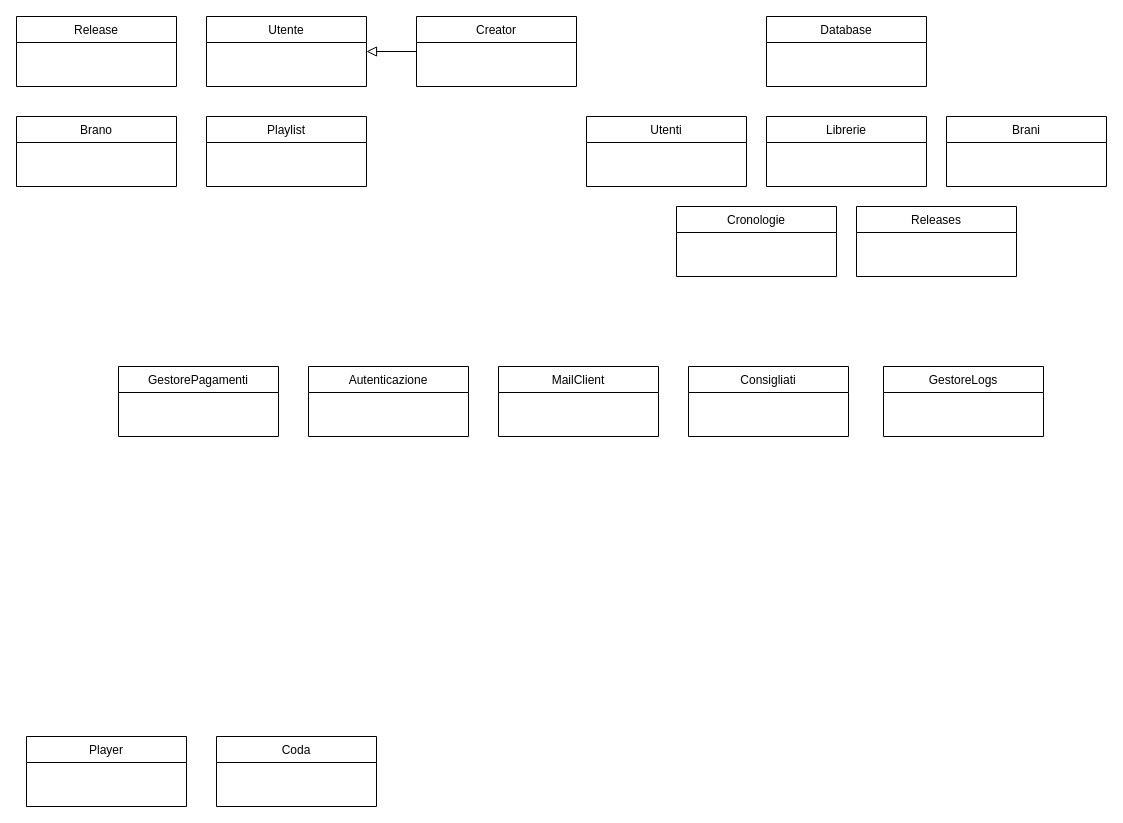
Before: Altri diagrammi/Class Diagram.drawio in web-music-player/docs, a draw.io diagram. Source tidied: cells renumbered, new cells numbered last; positions are measured from the earlier drawing's top-left corner, leaving out a move shared by most shapes. Both pictures are drawn from the tidied source at 100%, with x=0, y=0 at pixel (16, 16).
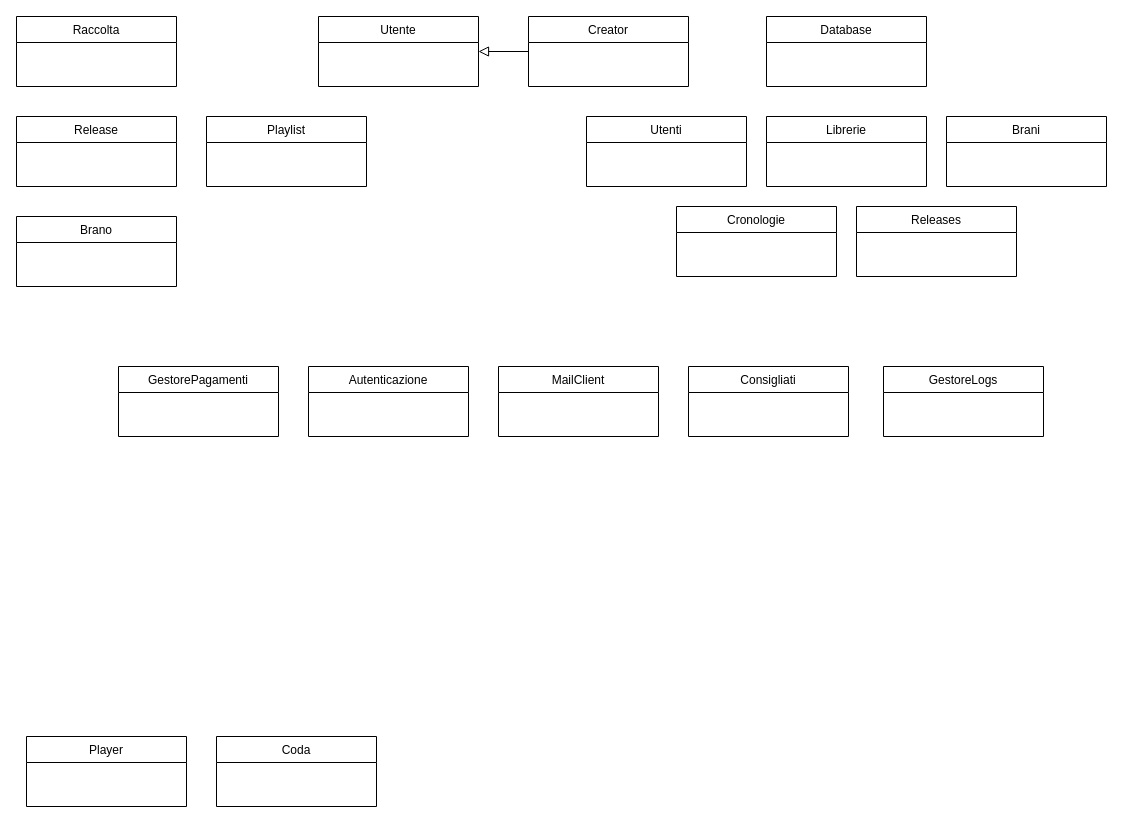
Above is the later version.

Commit message:
Aggiunta Raccolta

What changed in the source:
```diff
@@
     <mxCell id="2" value="Utente" style="swimlane;fontStyle=0;align=center;verticalAlign=top;horizontal=1;startSize=26;rounded=0;shadow=0;strokeWidth=1;" parent="1" vertex="1">
-      <mxGeometry x="190" width="160" height="70" as="geometry" />
+      <mxGeometry x="302" width="160" height="70" as="geometry" />
     </mxCell>
     <mxCell id="3" value="Brano" style="swimlane;fontStyle=0;align=center;verticalAlign=top;horizontal=1;startSize=26;rounded=0;shadow=0;strokeWidth=1;" parent="1" vertex="1">
-      <mxGeometry y="100" width="160" height="70" as="geometry" />
+      <mxGeometry y="200" width="160" height="70" as="geometry" />
     </mxCell>
     <mxCell id="4" value="Release" style="swimlane;fontStyle=0;align=center;verticalAlign=top;horizontal=1;startSize=26;rounded=0;shadow=0;strokeWidth=1;" parent="1" vertex="1">
-      <mxGeometry width="160" height="70" as="geometry" />
+      <mxGeometry y="100" width="160" height="70" as="geometry" />
     </mxCell>
@@
     <mxCell id="7" value="Creator" style="swimlane;fontStyle=0;align=center;verticalAlign=top;horizontal=1;startSize=26;rounded=0;shadow=0;strokeWidth=1;" parent="1" vertex="1">
-      <mxGeometry x="400" width="160" height="70" as="geometry" />
+      <mxGeometry x="512" width="160" height="70" as="geometry" />
     </mxCell>
@@
+    <mxCell id="21" value="Raccolta" style="swimlane;fontStyle=0;align=center;verticalAlign=top;horizontal=1;startSize=26;rounded=0;shadow=0;strokeWidth=1;" parent="1" vertex="1">
+      <mxGeometry width="160" height="70" as="geometry" />
+    </mxCell>
```
